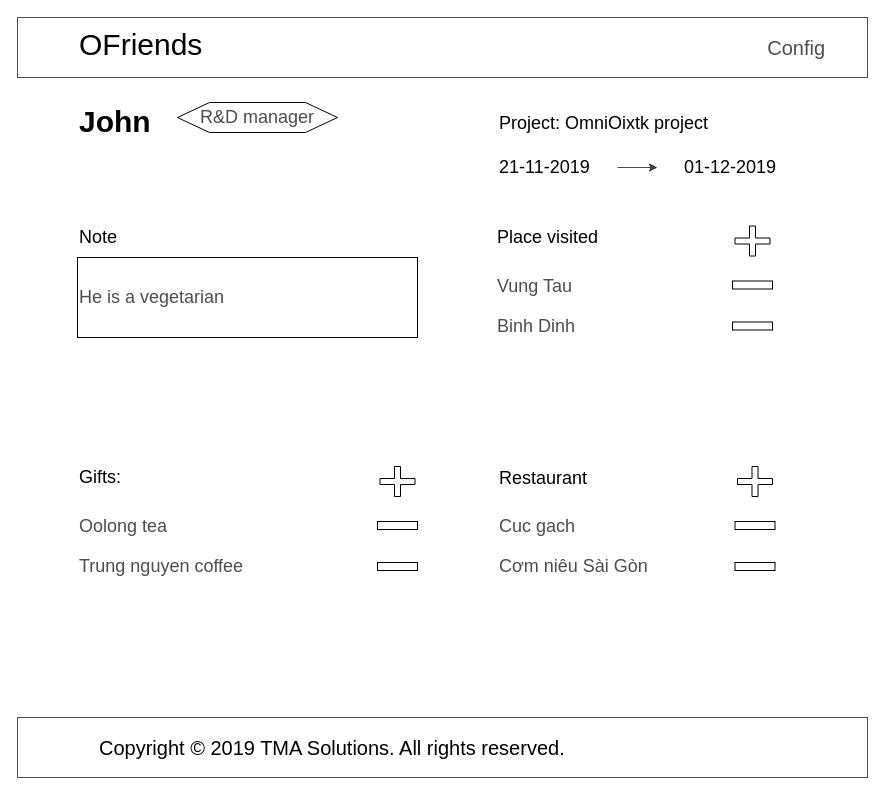
Before: web/_doc/Detail.drawio in TheFlies/ofriends, a draw.io diagram. Source tidied: cells renumbered, new cells numbered last; positions are measured from the earlier drawing's top-left corner, leaving out a move shared by most shapes. Both pictures are drawn from the tidied source at 100%, with x=0, y=0 at pixel (17, 17).
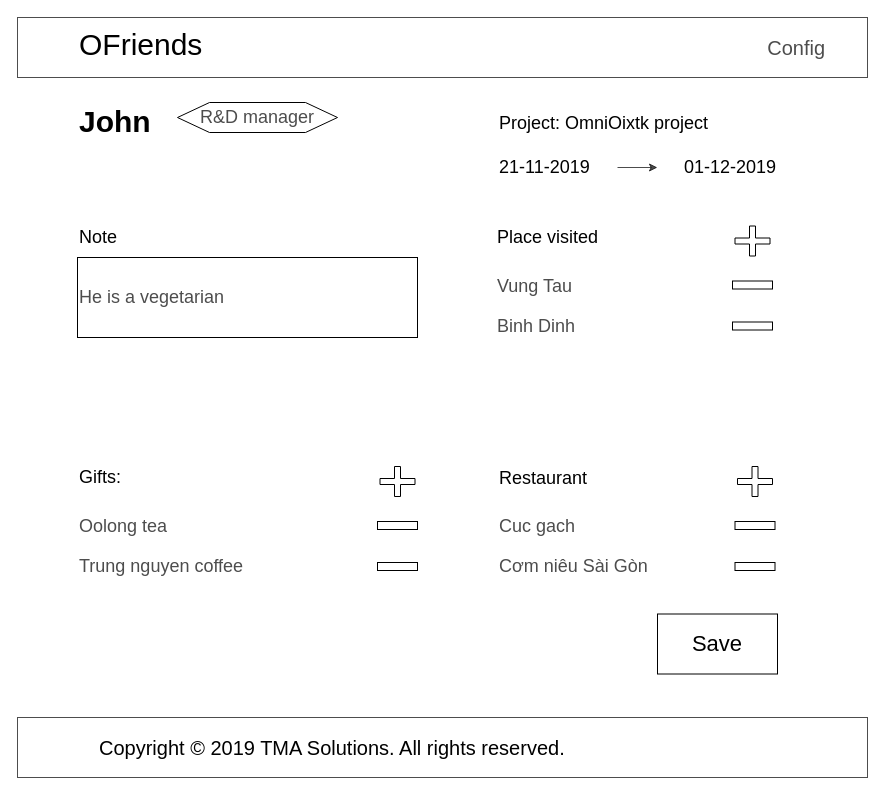
Above is the later version.

The edit, as a diff of the source:
```diff
@@
+    <mxCell id="33" value="Save" style="rounded=0;whiteSpace=wrap;html=1;fontSize=22;" parent="1" vertex="1">
+      <mxGeometry x="640" y="596.5" width="120" height="60" as="geometry" />
+    </mxCell>
```
